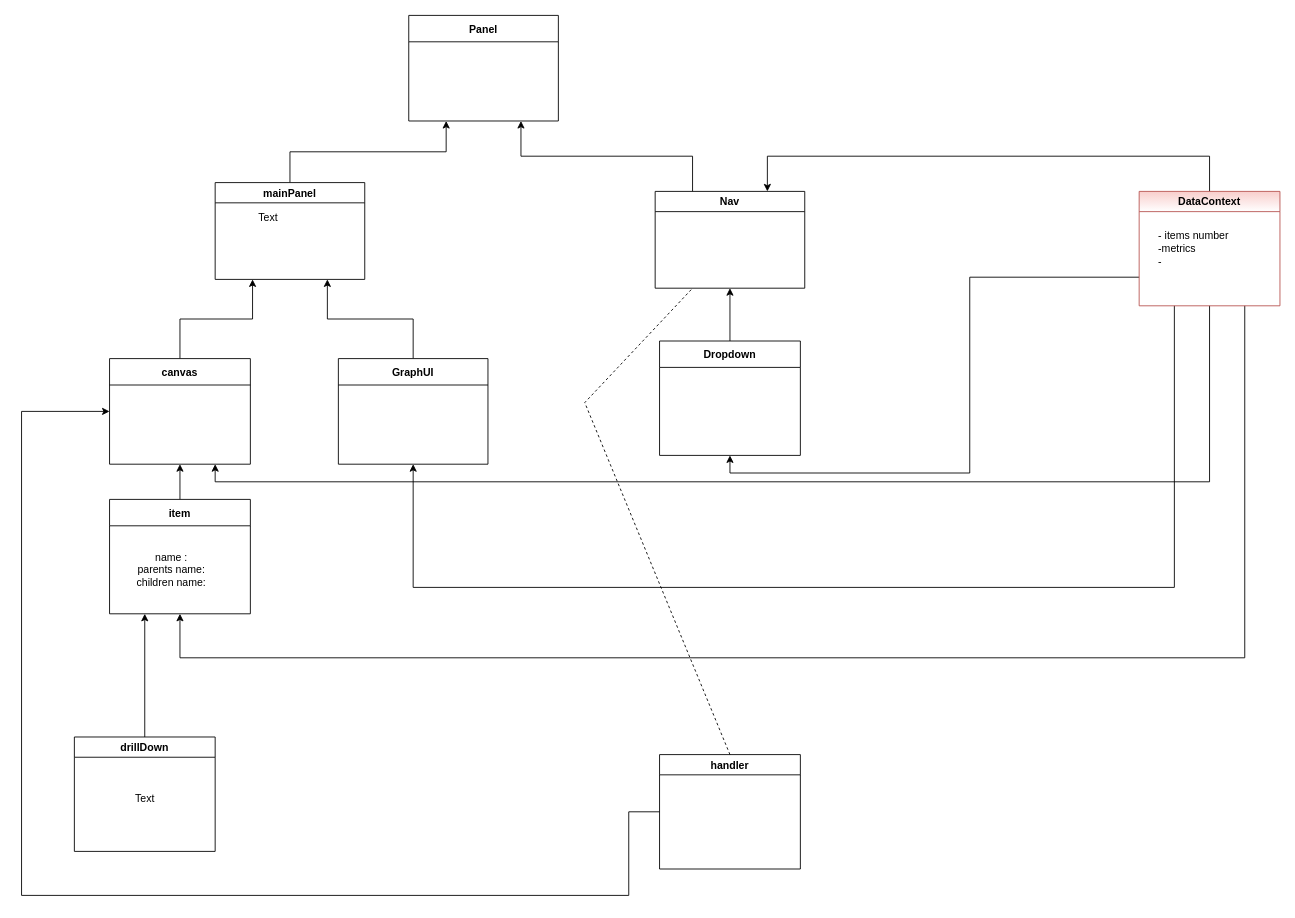
Before: Untitled Diagram.drawio in salim-1997/Tv-show-app, a draw.io diagram. Source tidied: cells renumbered, new cells numbered last; positions are measured from the earlier drawing's top-left corner, leaving out a move shared by most shapes. Both pictures are drawn from the tidied source at 88%, with x=0, y=0 at pixel (21, 15).
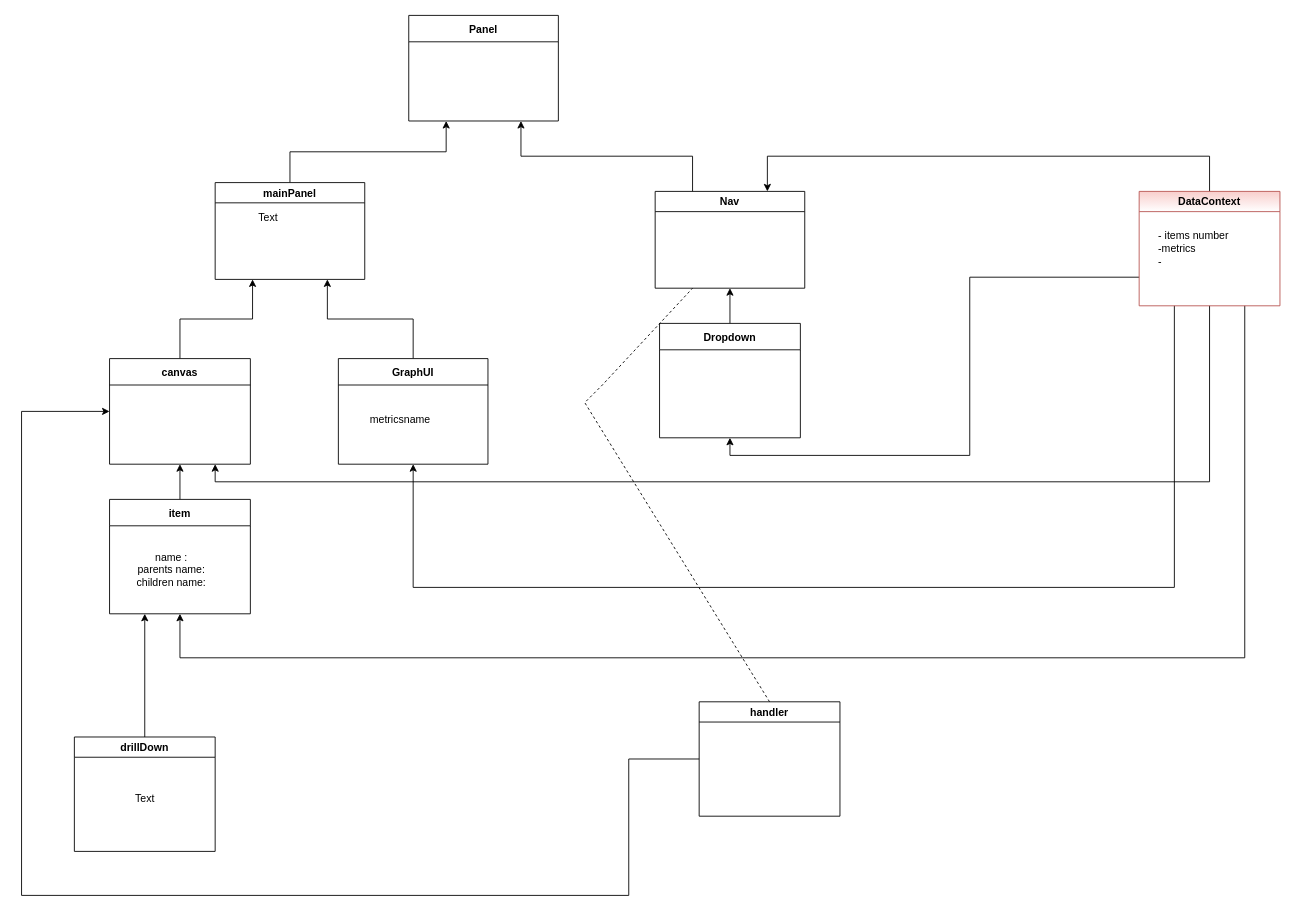
After the change.

Unchanged cells that the change refers to:
```xml
<mxCell id="8" value="Nav" style="swimlane;" parent="1" vertex="1">
  <mxGeometry x="720" y="200" width="170" height="110" as="geometry" />
</mxCell>
```

The edit, as a diff of the source:
```diff
@@
     <mxCell id="10" value="Dropdown" style="swimlane;startSize=30;" parent="1" vertex="1">
-      <mxGeometry x="725" y="370" width="160" height="130" as="geometry" />
+      <mxGeometry x="725" y="350" width="160" height="130" as="geometry" />
     </mxCell>
@@
     <mxCell id="28" value="handler" style="swimlane;" parent="1" vertex="1">
-      <mxGeometry x="725" y="840" width="160" height="130" as="geometry" />
+      <mxGeometry x="770" y="780" width="160" height="130" as="geometry" />
     </mxCell>
     <mxCell id="29" style="endArrow=none;dashed=1;html=1;rounded=0;exitX=0.5;exitY=0;exitDx=0;exitDy=0;entryX=0.25;entryY=1;entryDx=0;entryDy=0;" parent="1" edge="1" source="28" target="8">
       <mxGeometry relative="1" as="geometry">
         <Array as="points">
           <mxPoint x="640" y="440" />
+          <mxPoint x="660" y="420" />
         </Array>
       </mxGeometry>
     </mxCell>
+    <mxCell id="30" value="&lt;div&gt;metricsname&lt;/div&gt;" style="text;html=1;align=center;verticalAlign=middle;strokeColor=none;fillColor=none;" parent="1" vertex="1">
+      <mxGeometry x="390" y="450" width="80" height="20" as="geometry" />
+    </mxCell>
```
